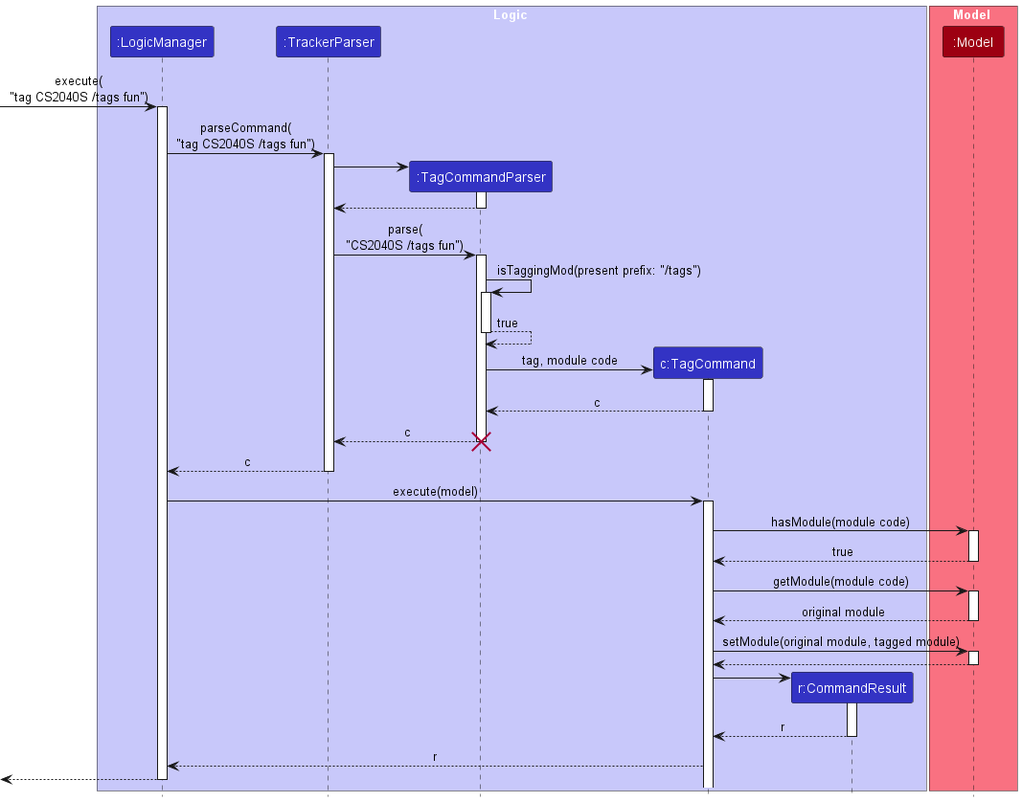
Above: docs/images/TagSequenceDiagram.png in nus-cs2103-AY2223S2/tp (PlantUML), before the change.
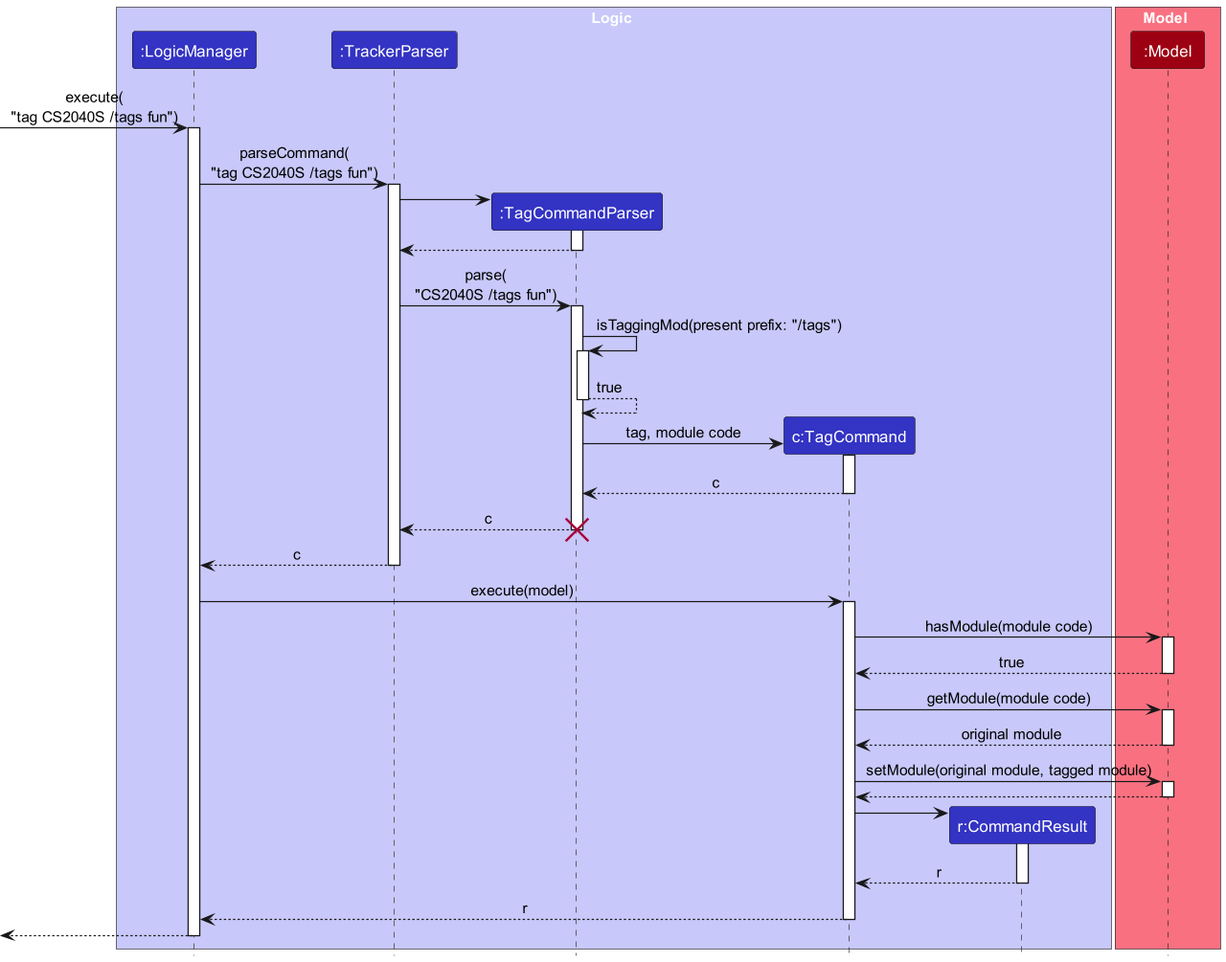
The same file after the commit.

Commit message:
update export and import sequence diagram in DG

Diff of the diagram source:
```diff
@@ -77,7 +77,7 @@
 deactivate CommandResult
 
 TagCommand --> LogicManager : r
-deactivate CommandResult
+deactivate TagCommand
 
 LogicManager -->[
 deactivate LogicManager
```
